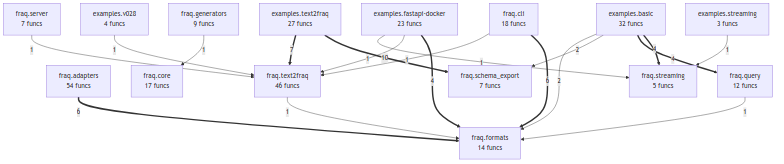
Above: project/compact_flow.png in wronai/fraq (Mermaid), before the change. Its source is kept beside it as project/compact_flow.mmd.
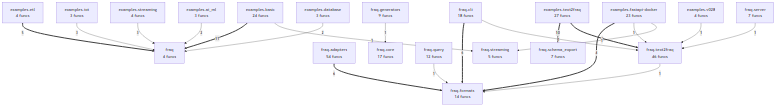
Later version of the same file.

The edit, as a diff of the source:
```diff
@@ -1,9 +1,14 @@
 flowchart TD
-    examples_basic["examples.basic<br/>32 funcs"]
+    examples_ai_ml["examples.ai_ml<br/>3 funcs"]
+    examples_basic["examples.basic<br/>24 funcs"]
+    examples_database["examples.database<br/>3 funcs"]
+    examples_etl["examples.etl<br/>4 funcs"]
     examples_fastapi_docker["examples.fastapi-docker<br/>23 funcs"]
-    examples_streaming["examples.streaming<br/>3 funcs"]
+    examples_iot["examples.iot<br/>3 funcs"]
+    examples_streaming["examples.streaming<br/>4 funcs"]
     examples_text2fraq["examples.text2fraq<br/>27 funcs"]
     examples_v028["examples.v028<br/>4 funcs"]
+    fraq["fraq<br/>4 funcs"]
     fraq_adapters["fraq.adapters<br/>54 funcs"]
     fraq_cli["fraq.cli<br/>18 funcs"]
     fraq_core["fraq.core<br/>17 funcs"]
@@ -14,21 +19,23 @@
     fraq_server["fraq.server<br/>7 funcs"]
     fraq_streaming["fraq.streaming<br/>5 funcs"]
     fraq_text2fraq["fraq.text2fraq<br/>46 funcs"]
+    examples_basic ==>|11| fraq
     examples_text2fraq ==>|10| fraq_schema_export
     examples_text2fraq ==>|7| fraq_text2fraq
     fraq_cli ==>|6| fraq_formats
     fraq_adapters ==>|6| fraq_formats
+    examples_etl ==>|5| fraq
     examples_fastapi_docker ==>|4| fraq_formats
-    examples_basic ==>|4| fraq_streaming
-    examples_basic ==>|4| fraq_query
-    examples_basic -->|2| fraq_schema_export
-    examples_basic -->|2| fraq_formats
+    examples_iot -->|3| fraq
+    examples_streaming -->|3| fraq
+    examples_ai_ml -->|2| fraq
+    examples_database -->|2| fraq
+    fraq_cli -->|1| fraq_text2fraq
     fraq_generators -->|1| fraq_core
-    fraq_cli -->|1| fraq_text2fraq
-    examples_streaming -->|1| fraq_streaming
     fraq_query -->|1| fraq_formats
     examples_fastapi_docker -->|1| fraq_text2fraq
     examples_fastapi_docker -->|1| fraq_streaming
+    examples_basic -->|1| fraq_streaming
     fraq_text2fraq -->|1| fraq_formats
     examples_v028 -->|1| fraq_text2fraq
     fraq_server -->|1| fraq_text2fraq
```
